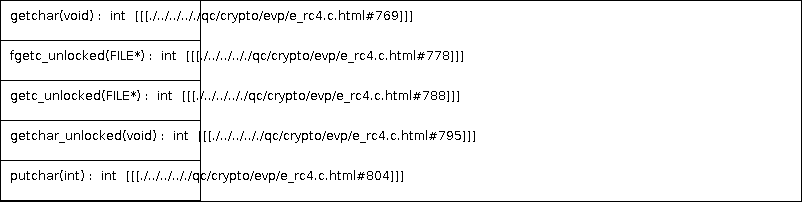
Before: docs/qc/crypto/evp/e_rc4.c.png, a diagram exported from PlantUML (qualitesys/openssl). Its source is kept beside it as docs/qc/crypto/evp/e_rc4.c.puml. The source it was exported from:
```plantuml
@startuml
!pragma layout smetana
class dummy {
getchar(void) :  int  [[[./../../.././qc/crypto/evp/e_rc4.c.html#769]]]
fgetc_unlocked(FILE*) :  int  [[[./../../.././qc/crypto/evp/e_rc4.c.html#778]]]
getc_unlocked(FILE*) :  int  [[[./../../.././qc/crypto/evp/e_rc4.c.html#788]]]
getchar_unlocked(void) :  int  [[[./../../.././qc/crypto/evp/e_rc4.c.html#795]]]
putchar(int) :  int  [[[./../../.././qc/crypto/evp/e_rc4.c.html#804]]]
}
@enduml
```
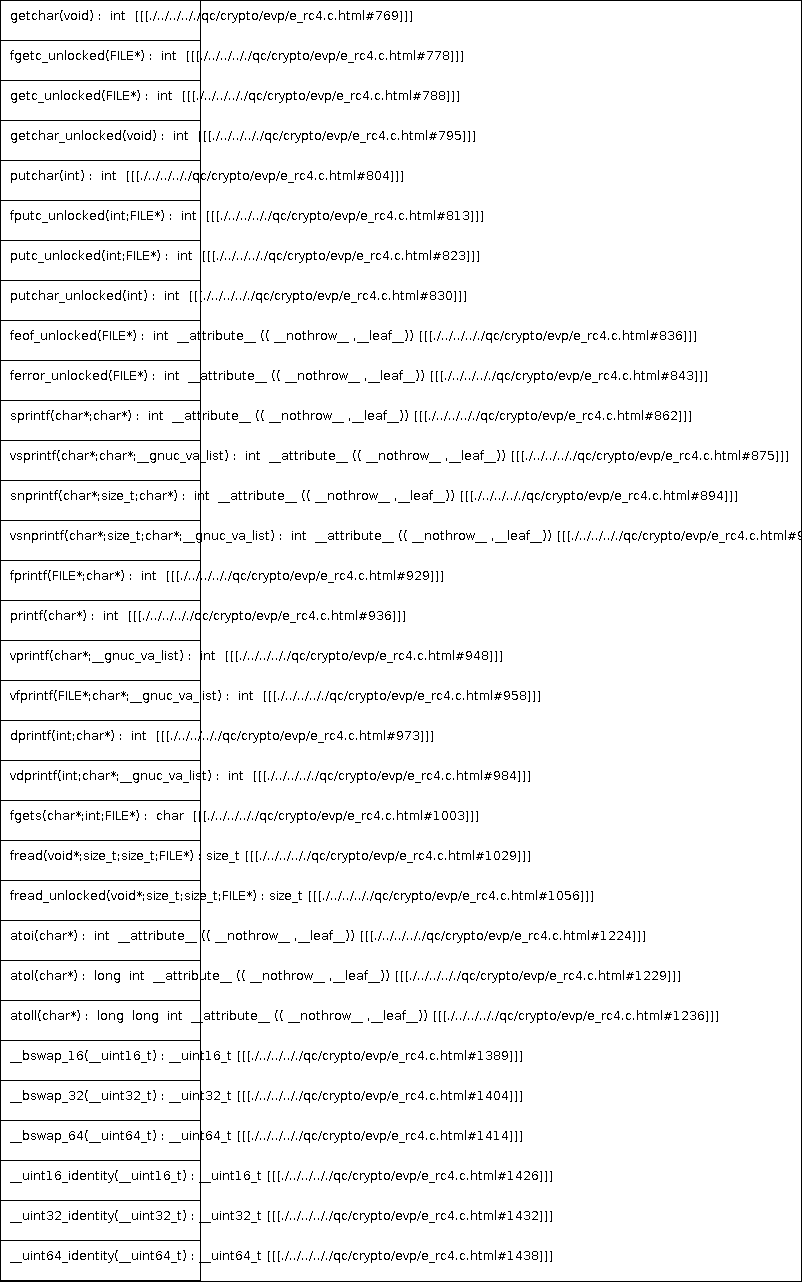
Later version of the same file.

Diff of the diagram source:
```diff
@@ -6,5 +6,32 @@
 getc_unlocked(FILE*) :  int  [[[./../../.././qc/crypto/evp/e_rc4.c.html#788]]]
 getchar_unlocked(void) :  int  [[[./../../.././qc/crypto/evp/e_rc4.c.html#795]]]
 putchar(int) :  int  [[[./../../.././qc/crypto/evp/e_rc4.c.html#804]]]
+fputc_unlocked(int;FILE*) :  int  [[[./../../.././qc/crypto/evp/e_rc4.c.html#813]]]
+putc_unlocked(int;FILE*) :  int  [[[./../../.././qc/crypto/evp/e_rc4.c.html#823]]]
+putchar_unlocked(int) :  int  [[[./../../.././qc/crypto/evp/e_rc4.c.html#830]]]
+feof_unlocked(FILE*) :  int  __attribute__ (( __nothrow__ ,__leaf__)) [[[./../../.././qc/crypto/evp/e_rc4.c.html#836]]]
+ferror_unlocked(FILE*) :  int  __attribute__ (( __nothrow__ ,__leaf__)) [[[./../../.././qc/crypto/evp/e_rc4.c.html#843]]]
+sprintf(char*;char*) :  int  __attribute__ (( __nothrow__ ,__leaf__)) [[[./../../.././qc/crypto/evp/e_rc4.c.html#862]]]
+vsprintf(char*;char*;__gnuc_va_list) :  int  __attribute__ (( __nothrow__ ,__leaf__)) [[[./../../.././qc/crypto/evp/e_rc4.c.html#875]]]
+snprintf(char*;size_t;char*) :  int  __attribute__ (( __nothrow__ ,__leaf__)) [[[./../../.././qc/crypto/evp/e_rc4.c.html#894]]]
+vsnprintf(char*;size_t;char*;__gnuc_va_list) :  int  __attribute__ (( __nothrow__ ,__leaf__)) [[[./../../.././qc/crypto/evp/e_rc4.c.html#908]]]
+fprintf(FILE*;char*) :  int  [[[./../../.././qc/crypto/evp/e_rc4.c.html#929]]]
+printf(char*) :  int  [[[./../../.././qc/crypto/evp/e_rc4.c.html#936]]]
+vprintf(char*;__gnuc_va_list) :  int  [[[./../../.././qc/crypto/evp/e_rc4.c.html#948]]]
+vfprintf(FILE*;char*;__gnuc_va_list) :  int  [[[./../../.././qc/crypto/evp/e_rc4.c.html#958]]]
+dprintf(int;char*) :  int  [[[./../../.././qc/crypto/evp/e_rc4.c.html#973]]]
+vdprintf(int;char*;__gnuc_va_list) :  int  [[[./../../.././qc/crypto/evp/e_rc4.c.html#984]]]
+fgets(char*;int;FILE*) :  char  [[[./../../.././qc/crypto/evp/e_rc4.c.html#1003]]]
+fread(void*;size_t;size_t;FILE*) : size_t [[[./../../.././qc/crypto/evp/e_rc4.c.html#1029]]]
+fread_unlocked(void*;size_t;size_t;FILE*) : size_t [[[./../../.././qc/crypto/evp/e_rc4.c.html#1056]]]
+atoi(char*) :  int  __attribute__ (( __nothrow__ ,__leaf__)) [[[./../../.././qc/crypto/evp/e_rc4.c.html#1224]]]
+atol(char*) :  long  int  __attribute__ (( __nothrow__ ,__leaf__)) [[[./../../.././qc/crypto/evp/e_rc4.c.html#1229]]]
+atoll(char*) :  long  long  int  __attribute__ (( __nothrow__ ,__leaf__)) [[[./../../.././qc/crypto/evp/e_rc4.c.html#1236]]]
+__bswap_16(__uint16_t) : __uint16_t [[[./../../.././qc/crypto/evp/e_rc4.c.html#1389]]]
+__bswap_32(__uint32_t) : __uint32_t [[[./../../.././qc/crypto/evp/e_rc4.c.html#1404]]]
+__bswap_64(__uint64_t) : __uint64_t [[[./../../.././qc/crypto/evp/e_rc4.c.html#1414]]]
+__uint16_identity(__uint16_t) : __uint16_t [[[./../../.././qc/crypto/evp/e_rc4.c.html#1426]]]
+__uint32_identity(__uint32_t) : __uint32_t [[[./../../.././qc/crypto/evp/e_rc4.c.html#1432]]]
+__uint64_identity(__uint64_t) : __uint64_t [[[./../../.././qc/crypto/evp/e_rc4.c.html#1438]]]
 }
 @enduml
```
